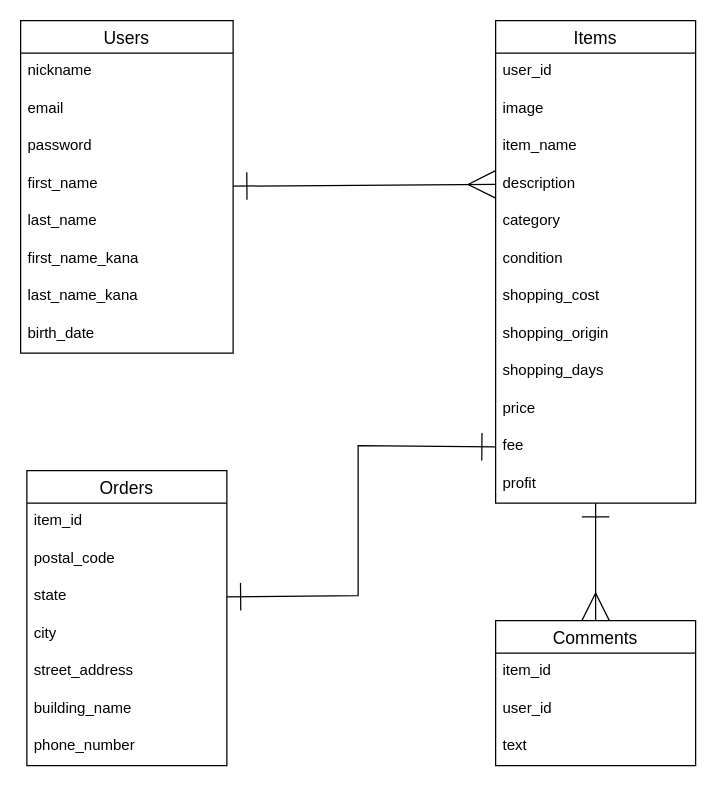
Earlier version of the draw.io diagram ER.dio (Yusuke0107/furima-41027). Source tidied: cells renumbered, new cells numbered last; positions are measured from the earlier drawing's top-left corner, leaving out a move shared by most shapes. Both pictures are drawn from the tidied source at 125%, with x=0, y=0 at pixel (20, 20).
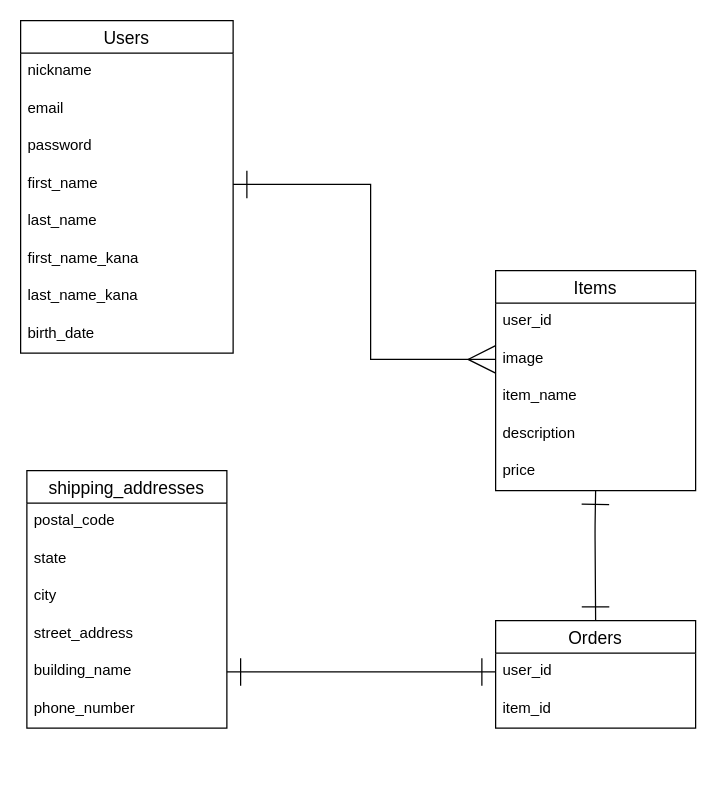
The same diagram, later.

The change refers to these unchanged cells:
```xml
<mxCell id="4" value="Users" style="swimlane;fontStyle=0;horizontal=1;startSize=26;align=center;fontSize=14;" parent="1" vertex="1">
  <mxGeometry width="170" height="266" as="geometry" />
</mxCell>
<mxCell id="8" value="first_name" style="text;strokeColor=none;fillColor=none;spacingLeft=4;spacingRight=4;overflow=hidden;points=[[0,0.5],[1,0.5]];portConstraint=eastwest;fontSize=12;" parent="4" vertex="1">
  <mxGeometry y="116" width="170" height="30" as="geometry" />
</mxCell>
<mxCell id="16" value="image" style="text;strokeColor=none;fillColor=none;spacingLeft=4;spacingRight=4;overflow=hidden;points=[[0,0.5],[1,0.5]];portConstraint=eastwest;fontSize=12;" parent="14" vertex="1">
  <mxGeometry y="56" width="160" height="30" as="geometry" />
</mxCell>
<mxCell id="18" value="description" style="text;strokeColor=none;fillColor=none;spacingLeft=4;spacingRight=4;overflow=hidden;points=[[0,0.5],[1,0.5]];portConstraint=eastwest;fontSize=12;" parent="14" vertex="1">
  <mxGeometry y="116" width="160" height="30" as="geometry" />
</mxCell>
```

The edit, as a diff of the source:
```diff
@@
-    <mxCell id="2" style="edgeStyle=none;html=1;entryX=0;entryY=0.5;entryDx=0;entryDy=0;strokeColor=none;" parent="1" edge="1" source="4" target="19">
+    <mxCell id="2" style="edgeStyle=none;html=1;entryX=0;entryY=0.5;entryDx=0;entryDy=0;strokeColor=none;" parent="1" edge="1" source="4">
       <mxGeometry relative="1" as="geometry">
+        <mxPoint x="380" y="161" as="targetPoint" />
         <Array as="points">
           <mxPoint x="350" y="131" />
         </Array>
       </mxGeometry>
     </mxCell>
-    <mxCell id="3" style="edgeStyle=none;html=1;entryX=0;entryY=0.5;entryDx=0;entryDy=0;startArrow=ERone;startFill=0;endArrow=ERmany;endFill=0;endSize=20;startSize=20;" parent="1" edge="1" source="4" target="18">
-      <mxGeometry relative="1" as="geometry" />
-    </mxCell>
@@
-    <mxCell id="13" style="edgeStyle=none;html=1;entryX=0.5;entryY=0;entryDx=0;entryDy=0;startArrow=ERone;startFill=0;endArrow=ERmany;endFill=0;endSize=20;startSize=20;" parent="1" edge="1" source="14" target="35">
-      <mxGeometry relative="1" as="geometry" />
-    </mxCell>
     <mxCell id="14" value="Items" style="swimlane;fontStyle=0;horizontal=1;startSize=26;align=center;fontSize=14;" parent="1" vertex="1">
-      <mxGeometry x="380" width="160" height="386" as="geometry" />
+      <mxGeometry x="380" y="200" width="160" height="176" as="geometry" />
     </mxCell>
@@
-    <mxCell id="19" value="category" style="text;strokeColor=none;fillColor=none;spacingLeft=4;spacingRight=4;overflow=hidden;points=[[0,0.5],[1,0.5]];portConstraint=eastwest;fontSize=12;" parent="14" vertex="1">
-      <mxGeometry y="146" width="160" height="30" as="geometry" />
-    </mxCell>
-    <mxCell id="20" value="condition" style="text;strokeColor=none;fillColor=none;spacingLeft=4;spacingRight=4;overflow=hidden;fontSize=12;" parent="14" vertex="1">
-      <mxGeometry y="176" width="160" height="30" as="geometry" />
-    </mxCell>
-    <mxCell id="21" value="shopping_cost" style="text;strokeColor=none;fillColor=none;spacingLeft=4;spacingRight=4;overflow=hidden;fontSize=12;" parent="14" vertex="1">
-      <mxGeometry y="206" width="160" height="30" as="geometry" />
-    </mxCell>
-    <mxCell id="22" value="shopping_origin" style="text;strokeColor=none;fillColor=none;spacingLeft=4;spacingRight=4;overflow=hidden;fontSize=12;" parent="14" vertex="1">
-      <mxGeometry y="236" width="160" height="30" as="geometry" />
-    </mxCell>
-    <mxCell id="23" value="shopping_days" style="text;strokeColor=none;fillColor=none;spacingLeft=4;spacingRight=4;overflow=hidden;fontSize=12;" parent="14" vertex="1">
-      <mxGeometry y="266" width="160" height="30" as="geometry" />
-    </mxCell>
     <mxCell id="24" value="price" style="text;strokeColor=none;fillColor=none;spacingLeft=4;spacingRight=4;overflow=hidden;fontSize=12;" parent="14" vertex="1">
-      <mxGeometry y="296" width="160" height="30" as="geometry" />
+      <mxGeometry y="146" width="160" height="30" as="geometry" />
     </mxCell>
-    <mxCell id="25" value="fee" style="text;strokeColor=none;fillColor=none;spacingLeft=4;spacingRight=4;overflow=hidden;points=[[0,0.5],[1,0.5]];portConstraint=eastwest;fontSize=12;" parent="14" vertex="1">
-      <mxGeometry y="326" width="160" height="30" as="geometry" />
-    </mxCell>
-    <mxCell id="26" value="profit" style="text;strokeColor=none;fillColor=none;spacingLeft=4;spacingRight=4;overflow=hidden;fontSize=12;" parent="14" vertex="1">
-      <mxGeometry y="356" width="160" height="30" as="geometry" />
-    </mxCell>
-    <mxCell id="27" value="Orders" style="swimlane;fontStyle=0;horizontal=1;startSize=26;align=center;fontSize=14;" parent="1" vertex="1">
-      <mxGeometry x="5" y="360" width="160" height="236" as="geometry" />
+    <mxCell id="27" value="shipping_addresses" style="swimlane;fontStyle=0;horizontal=1;startSize=26;align=center;fontSize=14;" parent="1" vertex="1">
+      <mxGeometry x="5" y="360" width="160" height="206" as="geometry" />
     </mxCell>
-    <mxCell id="28" value="item_id" style="text;strokeColor=none;fillColor=none;spacingLeft=4;spacingRight=4;overflow=hidden;fontSize=12;" parent="27" vertex="1">
-      <mxGeometry y="26" width="160" height="30" as="geometry" />
-    </mxCell>
     <mxCell id="29" value="postal_code" style="text;strokeColor=none;fillColor=none;spacingLeft=4;spacingRight=4;overflow=hidden;fontSize=12;" parent="27" vertex="1">
-      <mxGeometry y="56" width="160" height="30" as="geometry" />
+      <mxGeometry y="26" width="160" height="30" as="geometry" />
     </mxCell>
     <mxCell id="30" value="state" style="text;strokeColor=none;fillColor=none;spacingLeft=4;spacingRight=4;overflow=hidden;points=[[0,0.5],[1,0.5]];portConstraint=eastwest;fontSize=12;" parent="27" vertex="1">
-      <mxGeometry y="86" width="160" height="30" as="geometry" />
+      <mxGeometry y="56" width="160" height="30" as="geometry" />
     </mxCell>
     <mxCell id="31" value="city" style="text;strokeColor=none;fillColor=none;spacingLeft=4;spacingRight=4;overflow=hidden;fontSize=12;" parent="27" vertex="1">
-      <mxGeometry y="116" width="160" height="30" as="geometry" />
+      <mxGeometry y="86" width="160" height="30" as="geometry" />
     </mxCell>
     <mxCell id="32" value="street_address" style="text;strokeColor=none;fillColor=none;spacingLeft=4;spacingRight=4;overflow=hidden;fontSize=12;" parent="27" vertex="1">
-      <mxGeometry y="146" width="160" height="30" as="geometry" />
+      <mxGeometry y="116" width="160" height="30" as="geometry" />
     </mxCell>
     <mxCell id="33" value="building_name" style="text;strokeColor=none;fillColor=none;spacingLeft=4;spacingRight=4;overflow=hidden;points=[[0,0.5],[1,0.5]];portConstraint=eastwest;fontSize=12;" parent="27" vertex="1">
-      <mxGeometry y="176" width="160" height="30" as="geometry" />
+      <mxGeometry y="146" width="160" height="30" as="geometry" />
     </mxCell>
     <mxCell id="34" value="phone_number" style="text;strokeColor=none;fillColor=none;spacingLeft=4;spacingRight=4;overflow=hidden;fontSize=12;" parent="27" vertex="1">
-      <mxGeometry y="206" width="160" height="30" as="geometry" />
+      <mxGeometry y="176" width="160" height="30" as="geometry" />
     </mxCell>
-    <mxCell id="35" value="Comments" style="swimlane;fontStyle=0;horizontal=1;startSize=26;align=center;fontSize=14;" parent="1" vertex="1">
-      <mxGeometry x="380" y="480" width="160" height="116" as="geometry" />
-    </mxCell>
-    <mxCell id="36" value="item_id" style="text;strokeColor=none;fillColor=none;spacingLeft=4;spacingRight=4;overflow=hidden;fontSize=12;" parent="35" vertex="1">
-      <mxGeometry y="26" width="160" height="30" as="geometry" />
-    </mxCell>
+    <mxCell id="40" value="Orders" style="swimlane;fontStyle=0;horizontal=1;startSize=26;align=center;fontSize=14;" parent="1" vertex="1">
+      <mxGeometry x="380" y="480" width="160" height="86" as="geometry" />
+    </mxCell>
-    <mxCell id="37" value="user_id" style="text;strokeColor=none;fillColor=none;spacingLeft=4;spacingRight=4;overflow=hidden;points=[[0,0.5],[1,0.5]];portConstraint=eastwest;fontSize=12;" parent="35" vertex="1">
-      <mxGeometry y="56" width="160" height="30" as="geometry" />
+    <mxCell id="37" value="user_id" style="text;strokeColor=none;fillColor=none;spacingLeft=4;spacingRight=4;overflow=hidden;points=[[0,0.5],[1,0.5]];portConstraint=eastwest;fontSize=12;" parent="40" vertex="1">
+      <mxGeometry y="26" width="160" height="30" as="geometry" />
     </mxCell>
-    <mxCell id="38" value="text" style="text;strokeColor=none;fillColor=none;spacingLeft=4;spacingRight=4;overflow=hidden;fontSize=12;" parent="35" vertex="1">
-      <mxGeometry y="86" width="160" height="30" as="geometry" />
-    </mxCell>
-    <mxCell id="39" style="edgeStyle=none;html=1;entryX=0;entryY=0.5;entryDx=0;entryDy=0;startArrow=ERone;startFill=0;endArrow=ERone;endFill=0;startSize=20;endSize=20;exitX=1;exitY=0.5;exitDx=0;exitDy=0;rounded=0;" parent="1" edge="1" source="30" target="25">
-      <mxGeometry relative="1" as="geometry">
-        <Array as="points">
-          <mxPoint x="270" y="460" />
-          <mxPoint x="270" y="340" />
-        </Array>
-      </mxGeometry>
-    </mxCell>
+    <mxCell id="41" value="item_id" style="text;strokeColor=none;fillColor=none;spacingLeft=4;spacingRight=4;overflow=hidden;fontSize=12;" parent="40" vertex="1">
+      <mxGeometry y="56" width="160" height="30" as="geometry" />
+    </mxCell>
+    <mxCell id="42" style="edgeStyle=none;html=1;startArrow=ERone;startFill=0;endArrow=ERone;endFill=0;endSize=20;startSize=20;" parent="1" edge="1">
+      <mxGeometry relative="1" as="geometry">
+        <mxPoint x="460" y="376" as="sourcePoint" />
+        <mxPoint x="460" y="480" as="targetPoint" />
+        <Array as="points">
+          <mxPoint x="459.5" y="406" />
+        </Array>
+      </mxGeometry>
+    </mxCell>
+    <mxCell id="43" style="edgeStyle=none;rounded=0;html=1;entryX=0;entryY=0.5;entryDx=0;entryDy=0;startArrow=ERone;startFill=0;endArrow=ERmany;endFill=0;startSize=20;endSize=20;exitX=1;exitY=0.5;exitDx=0;exitDy=0;" parent="1" edge="1" source="8" target="16">
+      <mxGeometry relative="1" as="geometry">
+        <Array as="points">
+          <mxPoint x="280" y="131" />
+          <mxPoint x="280" y="271" />
+        </Array>
+      </mxGeometry>
+    </mxCell>
+    <mxCell id="44" style="edgeStyle=none;rounded=0;html=1;entryX=0;entryY=0.5;entryDx=0;entryDy=0;startArrow=ERone;startFill=0;endArrow=ERone;endFill=0;startSize=20;endSize=20;" parent="1" edge="1" source="33" target="37">
+      <mxGeometry relative="1" as="geometry" />
+    </mxCell>
```
